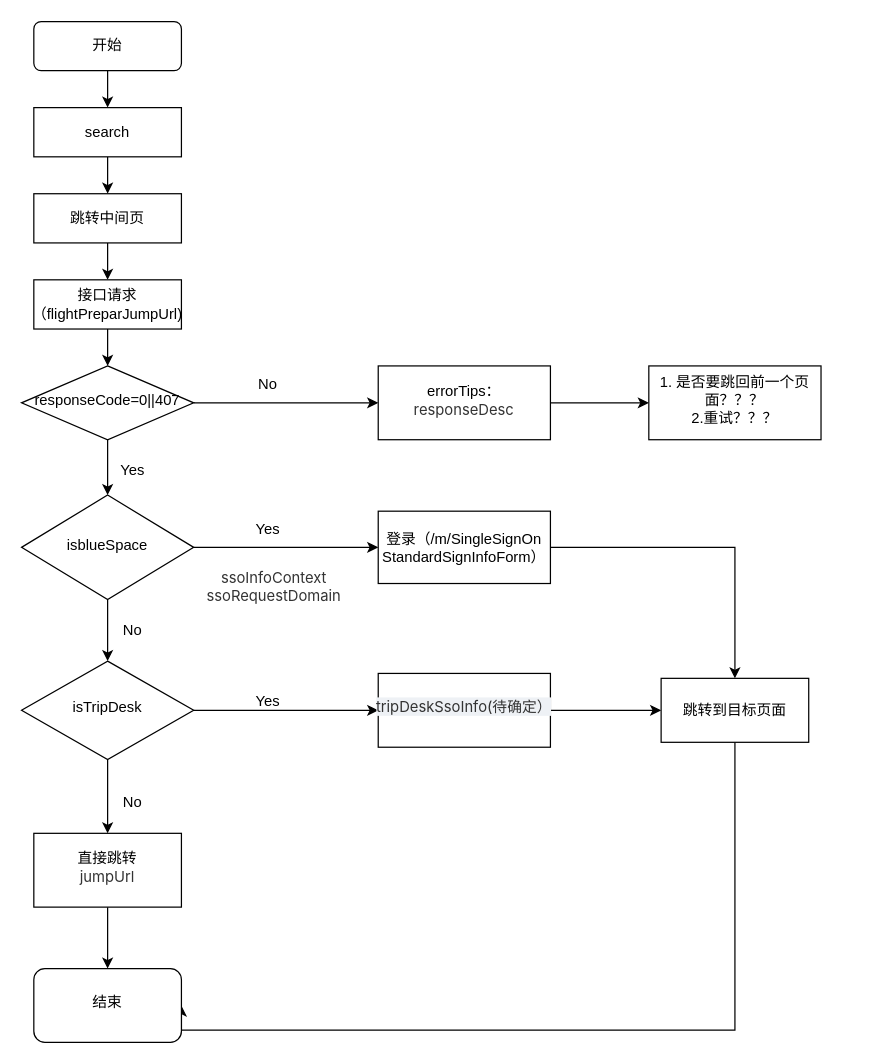
Above: Untitled Diagram.drawio in weiqiujuan/- (draw.io), before the change. Source tidied: cells renumbered, new cells numbered last; positions are measured from the earlier drawing's top-left corner, leaving out a move shared by most shapes. Both pictures are drawn from the tidied source at 123%, with x=0, y=0 at pixel (21, 21).
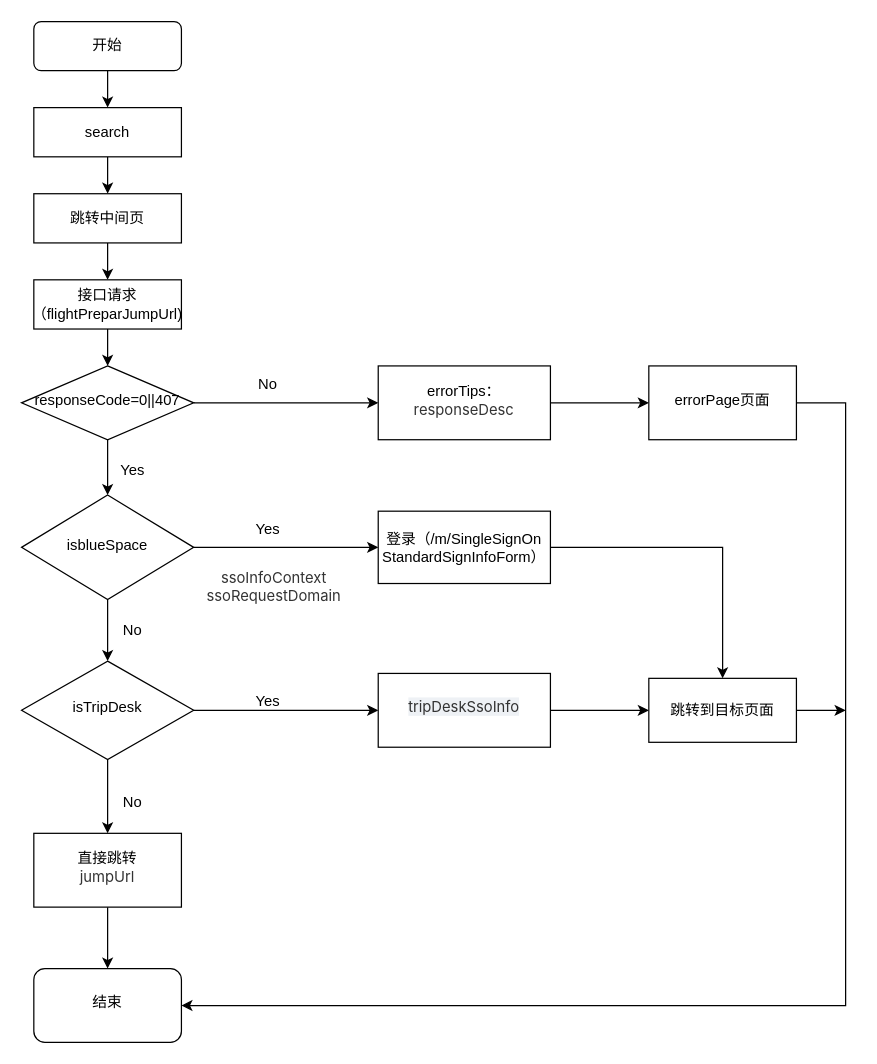
Above is the later version.

Commit message:
不同渠道中间页流程图.drawio

The change refers to these unchanged cells:
```xml
<mxCell id="36" value="结束" style="rounded=1;whiteSpace=wrap;html=1;shadow=0;strokeWidth=1;spacing=6;spacingTop=-4;" parent="1" vertex="1">
  <mxGeometry x="10" y="770" width="120" height="60" as="geometry" />
</mxCell>
```

Change to the diagram source:
```diff
@@
-    <mxCell id="18" value="&lt;span style=&quot;color: rgb(51, 51, 51); font-family: -apple-system, &amp;quot;system-ui&amp;quot;, &amp;quot;Segoe UI&amp;quot;, Roboto, &amp;quot;Helvetica Neue&amp;quot;, Arial, &amp;quot;Noto Sans&amp;quot;, sans-serif, &amp;quot;Apple Color Emoji&amp;quot;, &amp;quot;Segoe UI Emoji&amp;quot;, &amp;quot;Segoe UI Symbol&amp;quot;, &amp;quot;Noto Color Emoji&amp;quot;; text-align: start; text-wrap-mode: nowrap; background-color: rgb(238, 241, 245);&quot;&gt;tripDeskSsoInfo(待确定）&lt;/span&gt;" style="whiteSpace=wrap;html=1;shadow=0;strokeWidth=1;spacing=6;spacingTop=-4;" parent="1" vertex="1">
+    <mxCell id="18" value="&lt;span style=&quot;color: rgb(51, 51, 51); font-family: -apple-system, &amp;quot;system-ui&amp;quot;, &amp;quot;Segoe UI&amp;quot;, Roboto, &amp;quot;Helvetica Neue&amp;quot;, Arial, &amp;quot;Noto Sans&amp;quot;, sans-serif, &amp;quot;Apple Color Emoji&amp;quot;, &amp;quot;Segoe UI Emoji&amp;quot;, &amp;quot;Segoe UI Symbol&amp;quot;, &amp;quot;Noto Color Emoji&amp;quot;; text-align: start; text-wrap-mode: nowrap; background-color: rgb(238, 241, 245);&quot;&gt;tripDeskSsoInfo&lt;/span&gt;" style="whiteSpace=wrap;html=1;shadow=0;strokeWidth=1;spacing=6;spacingTop=-4;" parent="1" vertex="1">
       <mxGeometry x="290" y="530" width="140" height="60" as="geometry" />
     </mxCell>
@@
-    <mxCell id="22" style="edgeStyle=orthogonalEdgeStyle;rounded=0;jettySize=auto;html=1;entryX=1;entryY=0.5;entryDx=0;entryDy=0;" parent="1" edge="1" source="23" target="36">
-      <mxGeometry relative="1" as="geometry">
-        <Array as="points">
-          <mxPoint x="580" y="820" />
-        </Array>
-      </mxGeometry>
-    </mxCell>
+    <mxCell id="38" style="edgeStyle=orthogonalEdgeStyle;rounded=0;jettySize=auto;html=1;exitX=1;exitY=0.5;exitDx=0;exitDy=0;" parent="1" edge="1" source="23">
+      <mxGeometry relative="1" as="geometry">
+        <mxPoint x="670" y="560" as="targetPoint" />
+      </mxGeometry>
+    </mxCell>
     <mxCell id="23" value="跳转到目标页面" style="rounded=0;whiteSpace=wrap;html=1;" parent="1" vertex="1">
-      <mxGeometry x="520" y="534" width="120" height="52" as="geometry" />
+      <mxGeometry x="510" y="534" width="120" height="52" as="geometry" />
     </mxCell>
@@
+    <mxCell id="39" style="edgeStyle=orthogonalEdgeStyle;rounded=0;jettySize=auto;html=1;exitX=1;exitY=0.5;exitDx=0;exitDy=0;entryX=1;entryY=0.5;entryDx=0;entryDy=0;" parent="1" edge="1" source="37" target="36">
+      <mxGeometry relative="1" as="geometry">
+        <Array as="points">
+          <mxPoint x="670" y="310" />
+          <mxPoint x="670" y="800" />
+        </Array>
+      </mxGeometry>
+    </mxCell>
-    <mxCell id="37" value="1. 是否要跳回前一个页面？？？&lt;br&gt;2.重试？？？" style="whiteSpace=wrap;html=1;shadow=0;strokeWidth=1;spacing=6;spacingTop=-4;" parent="1" vertex="1">
-      <mxGeometry x="510" y="280" width="140" height="60" as="geometry" />
+    <mxCell id="37" value="errorPage页面" style="whiteSpace=wrap;html=1;shadow=0;strokeWidth=1;spacing=6;spacingTop=-4;" parent="1" vertex="1">
+      <mxGeometry x="510" y="280" width="120" height="60" as="geometry" />
     </mxCell>
```
